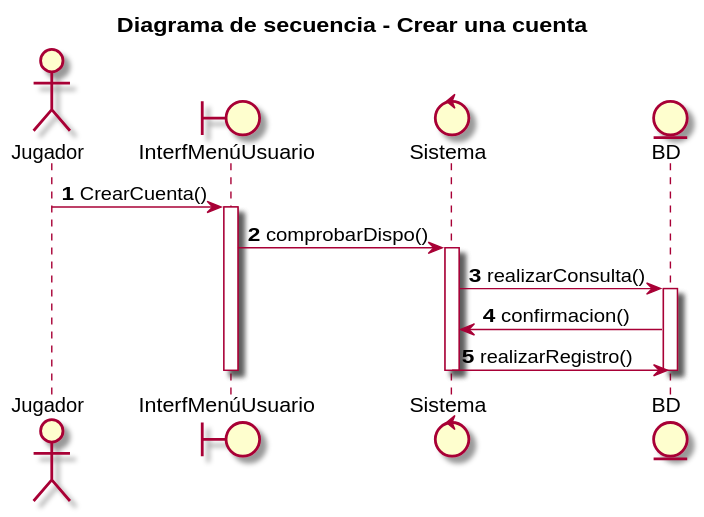
Earlier version of the PlantUML export UML/Diagramas de secuencia/Jugador/Crear cuenta/Crear una cuenta.svg (dmontesinos/ES-2019-G43-2-02.v1).
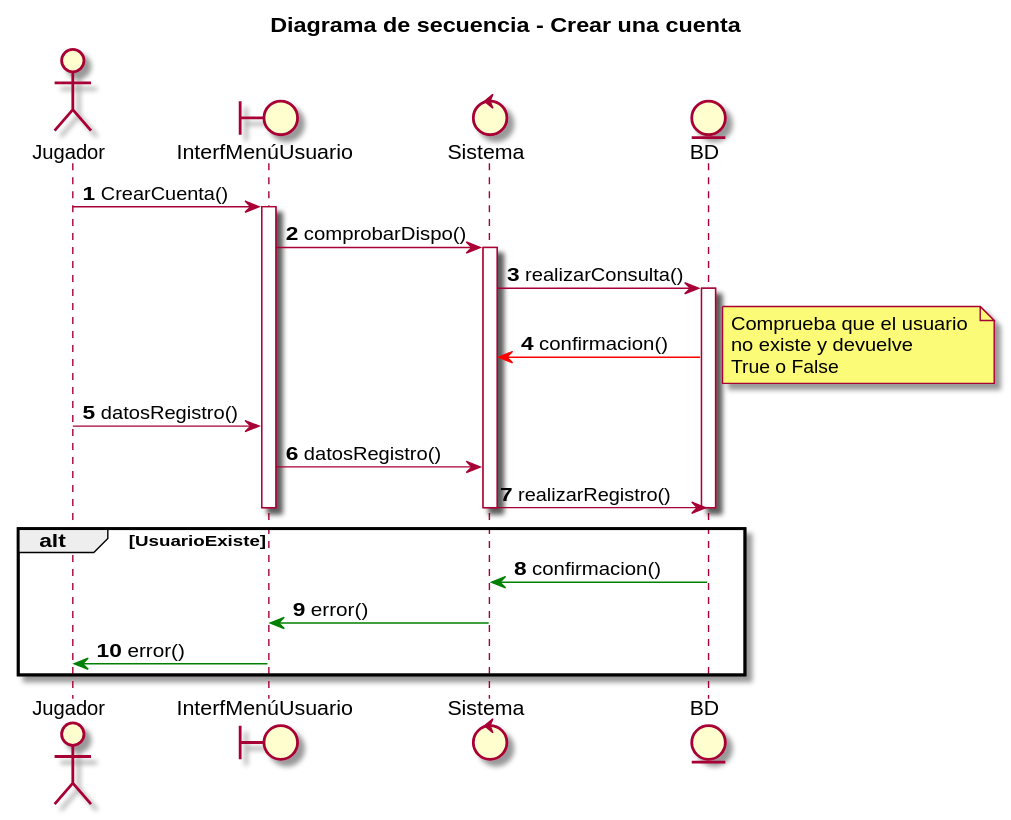
After the commit.

What changed in the source:
```diff
@@ -12,9 +12,22 @@
 activate Sistema
 Sistema -> BD : realizarConsulta()
 activate BD
-BD -> Sistema : confirmacion()
+BD -[#red]> Sistema : confirmacion()
+note right
+Comprueba que el usuario
+no existe y devuelve
+True o False
+end note
+
+Jugador -> InterfMenúUsuario : datosRegistro()
+InterfMenúUsuario -> Sistema : datosRegistro()
 Sistema -> BD : realizarRegistro()
 deactivate BD
 deactivate Sistema
 deactivate InterfMenúUsuario
+alt UsuarioExiste
+BD -[#green]> Sistema : confirmacion()
+Sistema -[#green]> InterfMenúUsuario : error()
+InterfMenúUsuario -[#green]> Jugador : error()
+end
 @enduml
```
